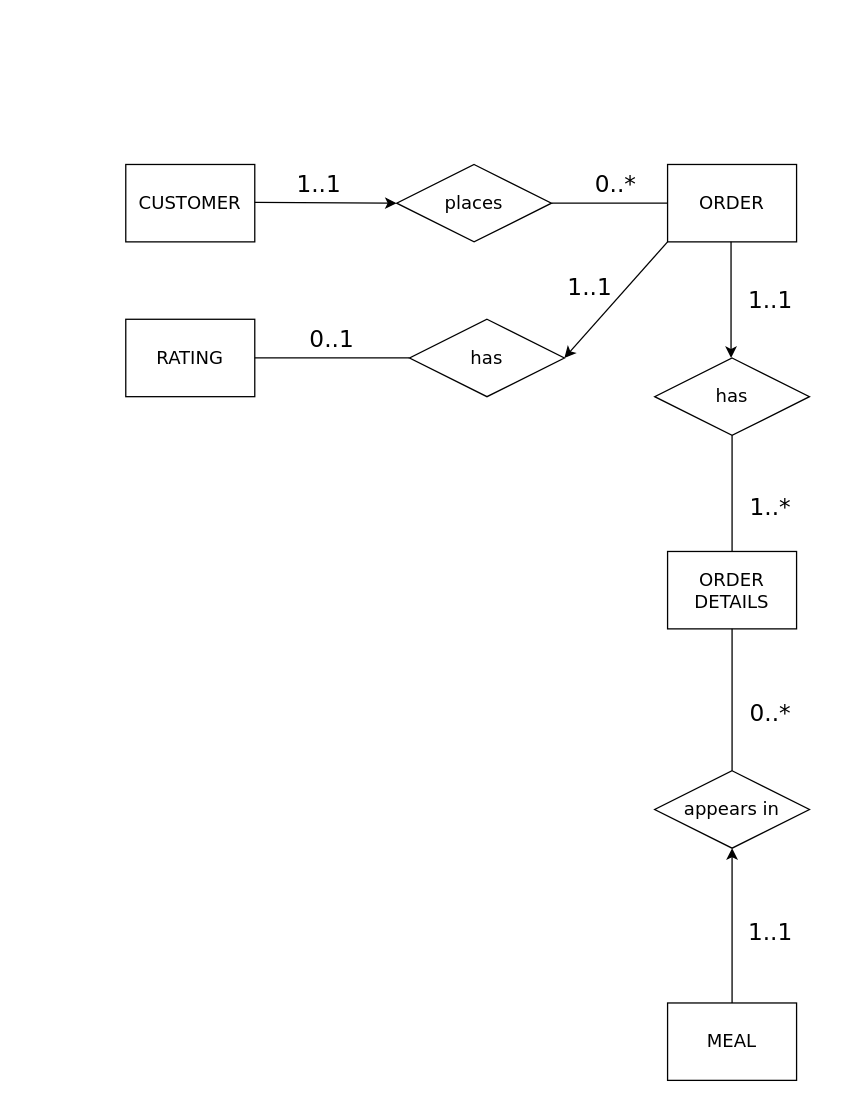
d-ndukwe/PrioTask keeps this draw.io diagram as DTS_Assignment.drawio. Above is the earlier version. Source tidied: cells renumbered, new cells numbered last; positions are measured from the earlier drawing's top-left corner, leaving out a move shared by most shapes. Both pictures are drawn from the tidied source at 129%, with x=0, y=0 at pixel (125, 151).
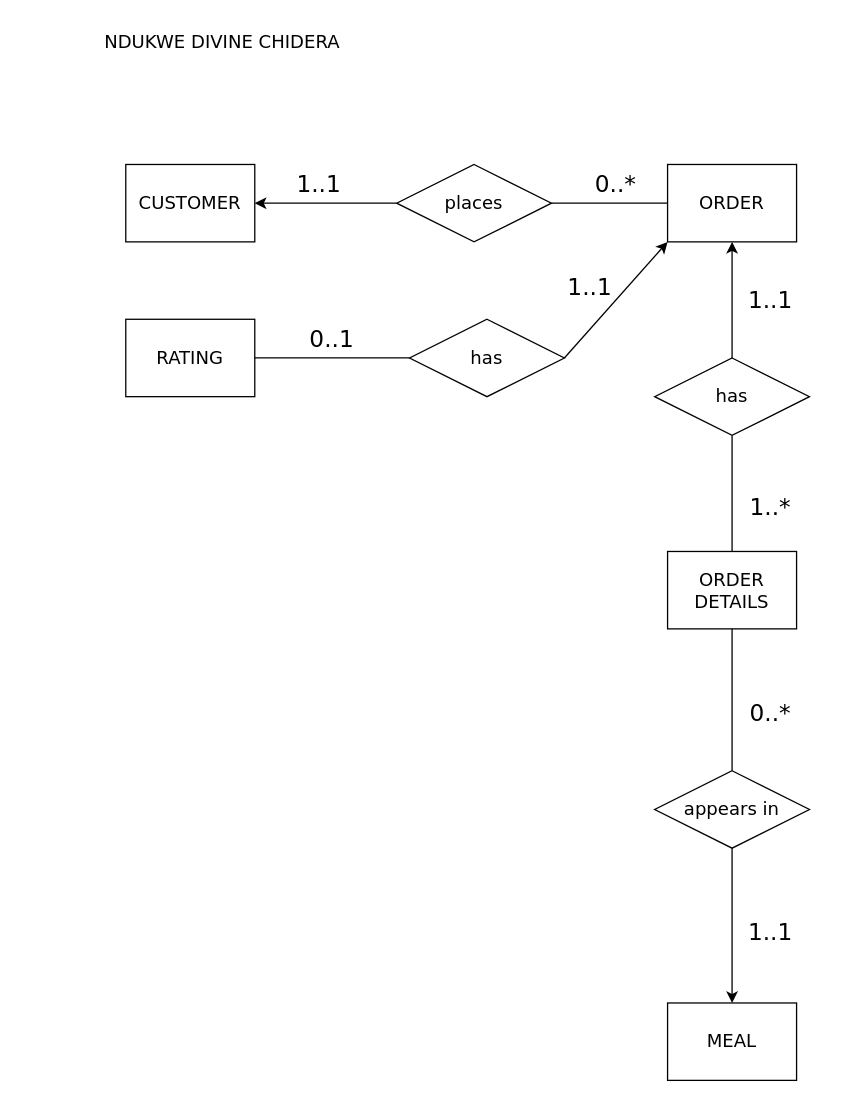
After the change.

Unchanged cells that the change refers to:
```xml
<mxCell id="2" value="&lt;font style=&quot;font-size: 14px;&quot; face=&quot;Verdana&quot;&gt;CUSTOMER&lt;/font&gt;" style="whiteSpace=wrap;html=1;align=center;" parent="1" vertex="1">
  <mxGeometry y="10" width="100" height="60" as="geometry" />
</mxCell>
<mxCell id="3" value="&lt;font style=&quot;font-size: 14px;&quot; face=&quot;Verdana&quot;&gt;ORDER&lt;/font&gt;" style="whiteSpace=wrap;html=1;align=center;" parent="1" vertex="1">
  <mxGeometry x="420" y="10" width="100" height="60" as="geometry" />
</mxCell>
<mxCell id="6" value="&lt;font style=&quot;font-size: 14px;&quot; face=&quot;Verdana&quot;&gt;MEAL&lt;/font&gt;" style="whiteSpace=wrap;html=1;align=center;" parent="1" vertex="1">
  <mxGeometry x="420" y="660" width="100" height="60" as="geometry" />
</mxCell>
<mxCell id="7" value="&lt;font style=&quot;font-size: 14px;&quot; face=&quot;Verdana&quot;&gt;places&lt;/font&gt;" style="shape=rhombus;perimeter=rhombusPerimeter;whiteSpace=wrap;html=1;align=center;" parent="1" vertex="1">
  <mxGeometry x="210" y="10" width="120" height="60" as="geometry" />
</mxCell>
<mxCell id="8" value="&lt;font style=&quot;font-size: 14px;&quot; face=&quot;Verdana&quot;&gt;has&lt;/font&gt;" style="shape=rhombus;perimeter=rhombusPerimeter;whiteSpace=wrap;html=1;align=center;" parent="1" vertex="1">
  <mxGeometry x="220" y="130" width="120" height="60" as="geometry" />
</mxCell>
<mxCell id="9" value="&lt;font style=&quot;font-size: 14px;&quot; face=&quot;Verdana&quot;&gt;has&lt;/font&gt;" style="shape=rhombus;perimeter=rhombusPerimeter;whiteSpace=wrap;html=1;align=center;" parent="1" vertex="1">
  <mxGeometry x="410" y="160" width="120" height="60" as="geometry" />
</mxCell>
<mxCell id="10" value="&lt;font style=&quot;font-size: 14px;&quot; face=&quot;Verdana&quot;&gt;appears in&lt;/font&gt;" style="shape=rhombus;perimeter=rhombusPerimeter;whiteSpace=wrap;html=1;align=center;" parent="1" vertex="1">
  <mxGeometry x="410" y="480" width="120" height="60" as="geometry" />
</mxCell>
```

Change to the diagram source:
```diff
@@
-    <mxCell id="11" style="endArrow=classic;html=1;rounded=0;entryX=0;entryY=0.5;entryDx=0;entryDy=0;" parent="1" edge="1" target="7">
-      <mxGeometry relative="1" as="geometry">
-        <mxPoint x="100" y="39.4" as="sourcePoint" />
-      </mxGeometry>
+    <mxCell id="11" style="endArrow=classic;html=1;rounded=0;exitX=0;exitY=0.5;exitDx=0;exitDy=0;entryX=1;entryY=0.5;entryDx=0;entryDy=0;" parent="1" edge="1" source="7" target="2">
+      <mxGeometry relative="1" as="geometry" />
     </mxCell>
@@
-    <mxCell id="13" style="endArrow=classic;html=1;rounded=0;exitX=0;exitY=1;exitDx=0;exitDy=0;" parent="1" edge="1" source="3">
-      <mxGeometry relative="1" as="geometry">
-        <mxPoint x="340" y="160" as="targetPoint" />
-      </mxGeometry>
+    <mxCell id="13" style="endArrow=classic;html=1;rounded=0;entryX=0;entryY=1;entryDx=0;entryDy=0;exitX=1;exitY=0.5;exitDx=0;exitDy=0;" parent="1" edge="1" source="8" target="3">
+      <mxGeometry relative="1" as="geometry" />
     </mxCell>
-    <mxCell id="14" style="endArrow=classic;html=1;rounded=0;entryX=0.5;entryY=1;entryDx=0;entryDy=0;" parent="1" edge="1" target="10">
-      <mxGeometry relative="1" as="geometry">
-        <mxPoint x="470" y="660" as="sourcePoint" />
-      </mxGeometry>
+    <mxCell id="14" style="endArrow=classic;html=1;rounded=0;exitX=0.5;exitY=1;exitDx=0;exitDy=0;entryX=0.5;entryY=0;entryDx=0;entryDy=0;" parent="1" edge="1" source="10" target="6">
+      <mxGeometry relative="1" as="geometry" />
     </mxCell>
-    <mxCell id="15" style="endArrow=classic;html=1;rounded=0;" parent="1" edge="1">
-      <mxGeometry relative="1" as="geometry">
-        <mxPoint x="469.2" y="70" as="sourcePoint" />
-        <mxPoint x="469.2" y="160" as="targetPoint" />
-      </mxGeometry>
+    <mxCell id="15" style="endArrow=classic;html=1;rounded=0;exitX=0.5;exitY=0;exitDx=0;exitDy=0;entryX=0.5;entryY=1;entryDx=0;entryDy=0;" parent="1" edge="1" source="9" target="3">
+      <mxGeometry relative="1" as="geometry" />
     </mxCell>
@@
+    <mxCell id="27" value="&lt;font style=&quot;font-size: 14px;&quot; face=&quot;Verdana&quot;&gt;NDUKWE DIVINE CHIDERA&lt;/font&gt;" style="text;html=1;align=center;verticalAlign=middle;whiteSpace=wrap;rounded=0;" parent="1" vertex="1">
+      <mxGeometry x="-80" y="-100" width="310" height="30" as="geometry" />
+    </mxCell>
```
